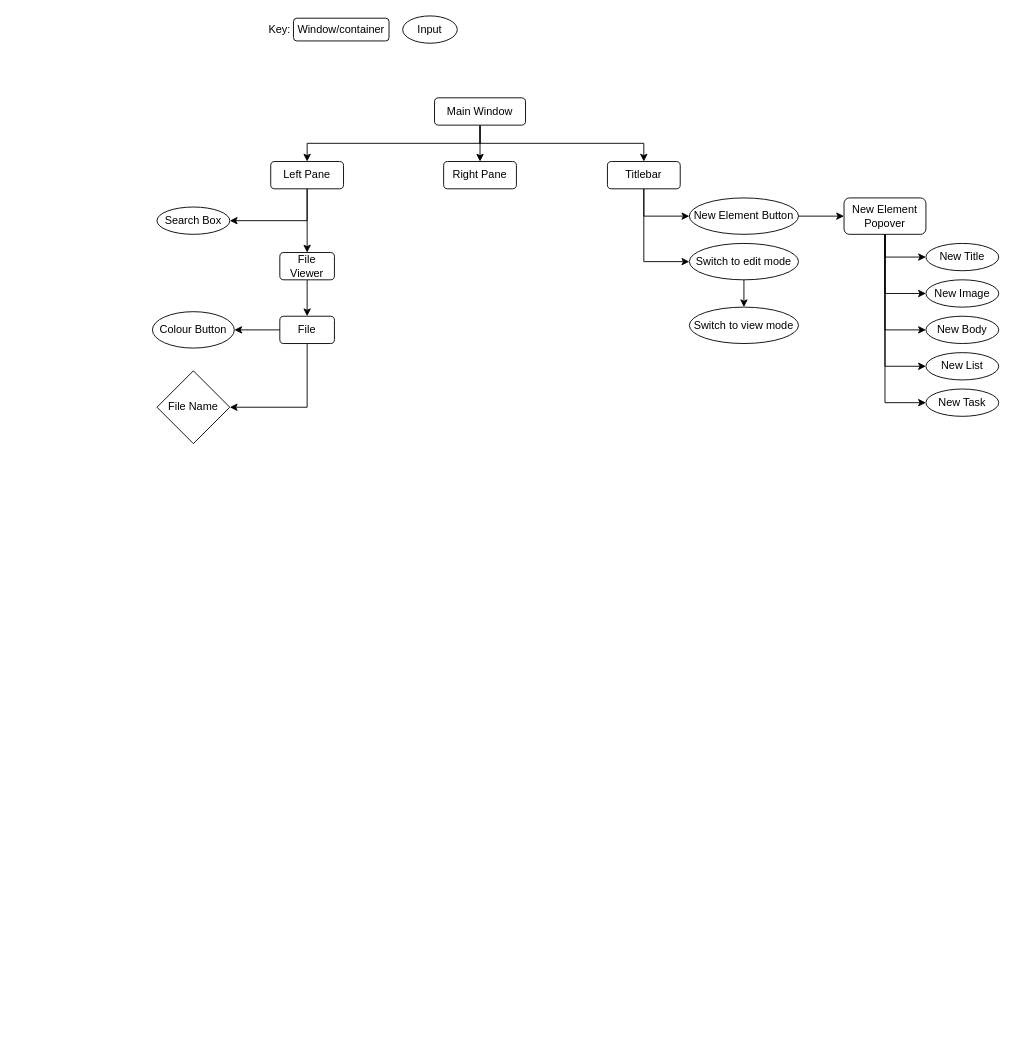
The draw.io diagram Form Navigation.drawio in Wemmy0/Inkwell-NEA, before the edit. Source tidied: cells renumbered, new cells numbered last; positions are measured from the earlier drawing's top-left corner, leaving out a move shared by most shapes. Both pictures are drawn from the tidied source at 91%, with x=0, y=0 at pixel (152, 15).
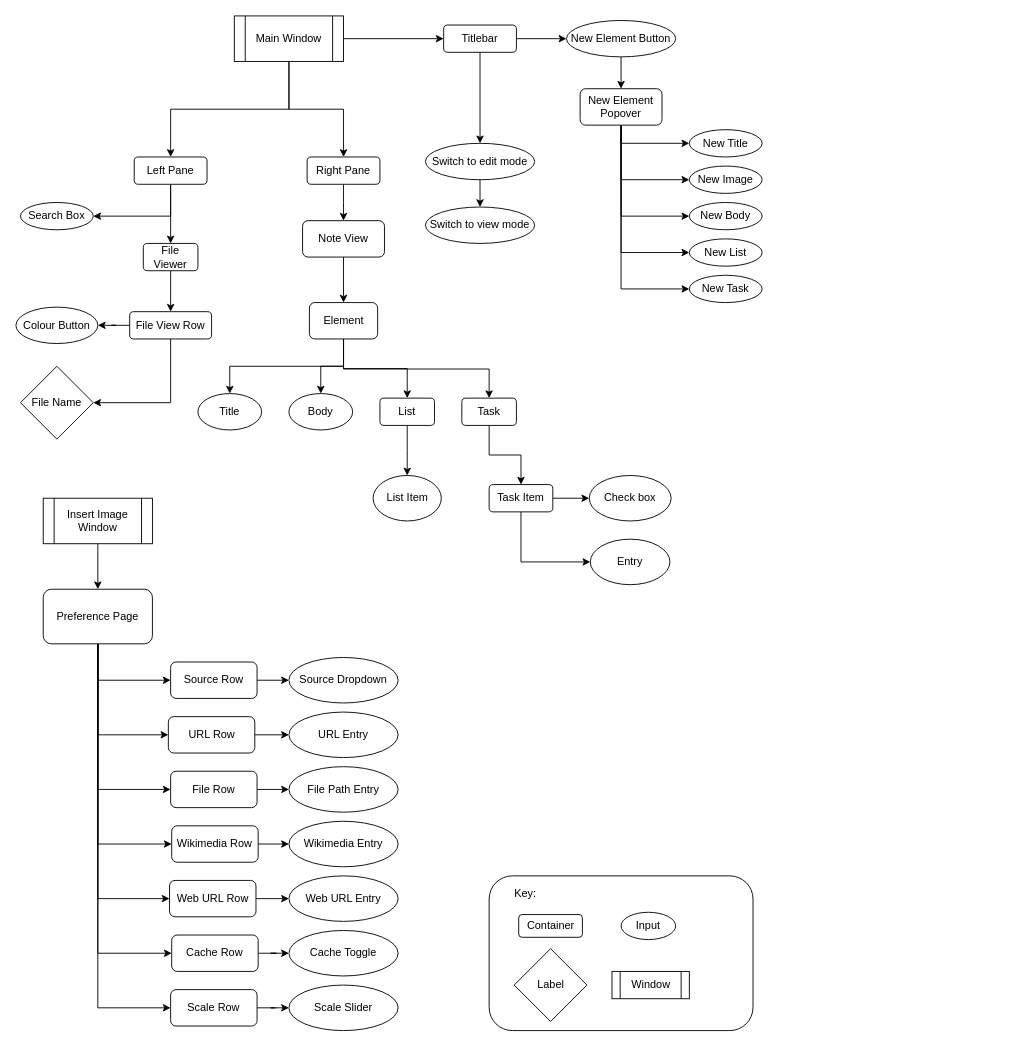
The same diagram, later.

Change to the diagram source:
```diff
@@
+    <mxCell id="40" style="rounded=1;whiteSpace=wrap;html=1;" parent="1" vertex="1">
+      <mxGeometry x="370" y="945" width="290" height="170" as="geometry" />
+    </mxCell>
@@
     <mxCell id="4" value="Left Pane" style="rounded=1;whiteSpace=wrap;html=1;" parent="1" vertex="1">
-      <mxGeometry x="130" y="160" width="80" height="30" as="geometry" />
+      <mxGeometry x="-20" y="155" width="80" height="30" as="geometry" />
     </mxCell>
-    <mxCell id="5" style="edgeStyle=orthogonalEdgeStyle;rounded=0;jettySize=auto;html=1;exitX=0.5;exitY=1;exitDx=0;exitDy=0;entryX=0.5;entryY=0;entryDx=0;entryDy=0;" parent="1" edge="1" source="8" target="4">
-      <mxGeometry relative="1" as="geometry" />
-    </mxCell>
-    <mxCell id="6" style="edgeStyle=orthogonalEdgeStyle;rounded=0;jettySize=auto;html=1;exitX=0.5;exitY=1;exitDx=0;exitDy=0;entryX=0.5;entryY=0;entryDx=0;entryDy=0;" parent="1" edge="1" source="8" target="9">
-      <mxGeometry relative="1" as="geometry" />
-    </mxCell>
-    <mxCell id="7" style="edgeStyle=orthogonalEdgeStyle;rounded=0;jettySize=auto;html=1;exitX=0.5;exitY=1;exitDx=0;exitDy=0;" parent="1" edge="1" source="8" target="19">
-      <mxGeometry relative="1" as="geometry" />
-    </mxCell>
-    <mxCell id="8" value="Main Window" style="rounded=1;whiteSpace=wrap;html=1;" parent="1" vertex="1">
-      <mxGeometry x="310" y="90" width="100" height="30" as="geometry" />
-    </mxCell>
+    <mxCell id="41" style="edgeStyle=orthogonalEdgeStyle;rounded=0;jettySize=auto;html=1;exitX=0.5;exitY=1;exitDx=0;exitDy=0;" parent="1" edge="1" source="9">
+      <mxGeometry relative="1" as="geometry">
+        <mxPoint x="210" y="225" as="targetPoint" />
+      </mxGeometry>
+    </mxCell>
     <mxCell id="9" value="Right Pane" style="rounded=1;whiteSpace=wrap;html=1;" parent="1" vertex="1">
-      <mxGeometry x="320" y="160" width="80" height="30" as="geometry" />
+      <mxGeometry x="170" y="155" width="80" height="30" as="geometry" />
     </mxCell>
     <mxCell id="10" value="Search Box" style="ellipse;whiteSpace=wrap;html=1;" parent="1" vertex="1">
-      <mxGeometry x="5" y="210" width="80" height="30" as="geometry" />
+      <mxGeometry x="-145" y="205" width="80" height="30" as="geometry" />
     </mxCell>
@@
     <mxCell id="12" value="File Viewer" style="rounded=1;whiteSpace=wrap;html=1;" parent="1" vertex="1">
-      <mxGeometry x="140" y="260" width="60" height="30" as="geometry" />
+      <mxGeometry x="-10" y="250" width="60" height="30" as="geometry" />
     </mxCell>
@@
-    <mxCell id="15" value="File" style="rounded=1;whiteSpace=wrap;html=1;" parent="1" vertex="1">
-      <mxGeometry x="140" y="330" width="60" height="30" as="geometry" />
+    <mxCell id="15" value="File View Row" style="rounded=1;whiteSpace=wrap;html=1;" parent="1" vertex="1">
+      <mxGeometry x="-25" y="325" width="90" height="30" as="geometry" />
     </mxCell>
     <mxCell id="16" value="File Name" style="rhombus;whiteSpace=wrap;html=1;" parent="1" vertex="1">
-      <mxGeometry x="5" y="390" width="80" height="80" as="geometry" />
+      <mxGeometry x="-145" y="385" width="80" height="80" as="geometry" />
     </mxCell>
+    <mxCell id="18" style="edgeStyle=orthogonalEdgeStyle;rounded=0;jettySize=auto;html=1;exitX=0.5;exitY=1;exitDx=0;exitDy=0;" parent="1" edge="1" source="19" target="38">
+      <mxGeometry relative="1" as="geometry" />
+    </mxCell>
-    <mxCell id="17" style="edgeStyle=orthogonalEdgeStyle;rounded=0;jettySize=auto;html=1;exitX=0.5;exitY=1;exitDx=0;exitDy=0;entryX=0;entryY=0.5;entryDx=0;entryDy=0;" parent="1" edge="1" source="19" target="25">
+    <mxCell id="17" style="edgeStyle=orthogonalEdgeStyle;rounded=0;jettySize=auto;html=1;exitX=1;exitY=0.5;exitDx=0;exitDy=0;entryX=0;entryY=0.5;entryDx=0;entryDy=0;" parent="1" edge="1" source="19" target="25">
       <mxGeometry relative="1" as="geometry" />
     </mxCell>
-    <mxCell id="18" style="edgeStyle=orthogonalEdgeStyle;rounded=0;jettySize=auto;html=1;exitX=0.5;exitY=1;exitDx=0;exitDy=0;entryX=0;entryY=0.5;entryDx=0;entryDy=0;" parent="1" edge="1" source="19" target="38">
-      <mxGeometry relative="1" as="geometry" />
-    </mxCell>
     <mxCell id="19" value="Titlebar" style="rounded=1;whiteSpace=wrap;html=1;" parent="1" vertex="1">
-      <mxGeometry x="500" y="160" width="80" height="30" as="geometry" />
+      <mxGeometry x="320" y="10" width="80" height="30" as="geometry" />
     </mxCell>
     <mxCell id="20" value="Key:" style="text;html=1;strokeColor=none;fillColor=none;align=center;verticalAlign=middle;whiteSpace=wrap;rounded=0;" parent="1" vertex="1">
-      <mxGeometry x="110" width="60" height="30" as="geometry" />
+      <mxGeometry x="385" y="955" width="50" height="20" as="geometry" />
     </mxCell>
-    <mxCell id="21" value="Window/container" style="rounded=1;whiteSpace=wrap;html=1;" parent="1" vertex="1">
-      <mxGeometry x="155" y="2.5" width="105" height="25" as="geometry" />
+    <mxCell id="21" value="Container" style="rounded=1;whiteSpace=wrap;html=1;" parent="1" vertex="1">
+      <mxGeometry x="402.5" y="987.5" width="70" height="25" as="geometry" />
     </mxCell>
     <mxCell id="22" value="Input" style="ellipse;whiteSpace=wrap;html=1;" parent="1" vertex="1">
-      <mxGeometry x="275" width="60" height="30" as="geometry" />
+      <mxGeometry x="515" y="985" width="60" height="30" as="geometry" />
     </mxCell>
     <mxCell id="23" value="Colour Button" style="ellipse;whiteSpace=wrap;html=1;" parent="1" vertex="1">
-      <mxGeometry y="325" width="90" height="40" as="geometry" />
+      <mxGeometry x="-150" y="320" width="90" height="40" as="geometry" />
     </mxCell>
-    <mxCell id="24" style="edgeStyle=orthogonalEdgeStyle;rounded=0;jettySize=auto;html=1;exitX=1;exitY=0.5;exitDx=0;exitDy=0;entryX=0;entryY=0.5;entryDx=0;entryDy=0;" parent="1" edge="1" source="25" target="31">
+    <mxCell id="24" style="edgeStyle=orthogonalEdgeStyle;rounded=0;jettySize=auto;html=1;exitX=0.5;exitY=1;exitDx=0;exitDy=0;entryX=0.5;entryY=0;entryDx=0;entryDy=0;" parent="1" edge="1" source="25" target="31">
       <mxGeometry relative="1" as="geometry" />
     </mxCell>
     <mxCell id="25" value="New Element Button" style="ellipse;whiteSpace=wrap;html=1;" parent="1" vertex="1">
-      <mxGeometry x="590" y="200" width="120" height="40" as="geometry" />
+      <mxGeometry x="455" y="5" width="120" height="40" as="geometry" />
     </mxCell>
@@
     <mxCell id="31" value="New Element Popover" style="rounded=1;whiteSpace=wrap;html=1;" parent="1" vertex="1">
-      <mxGeometry x="760" y="200" width="90" height="40" as="geometry" />
+      <mxGeometry x="470" y="80" width="90" height="40" as="geometry" />
     </mxCell>
     <mxCell id="32" value="New Title" style="ellipse;whiteSpace=wrap;html=1;" parent="1" vertex="1">
-      <mxGeometry x="850" y="250" width="80" height="30" as="geometry" />
+      <mxGeometry x="590" y="125" width="80" height="30" as="geometry" />
     </mxCell>
     <mxCell id="33" value="New Image" style="ellipse;whiteSpace=wrap;html=1;" parent="1" vertex="1">
-      <mxGeometry x="850" y="290" width="80" height="30" as="geometry" />
+      <mxGeometry x="590" y="165" width="80" height="30" as="geometry" />
     </mxCell>
     <mxCell id="34" value="New Body" style="ellipse;whiteSpace=wrap;html=1;" parent="1" vertex="1">
-      <mxGeometry x="850" y="330" width="80" height="30" as="geometry" />
+      <mxGeometry x="590" y="205" width="80" height="30" as="geometry" />
     </mxCell>
     <mxCell id="35" value="New List" style="ellipse;whiteSpace=wrap;html=1;" parent="1" vertex="1">
-      <mxGeometry x="850" y="370" width="80" height="30" as="geometry" />
+      <mxGeometry x="590" y="245" width="80" height="30" as="geometry" />
     </mxCell>
     <mxCell id="36" value="New Task" style="ellipse;whiteSpace=wrap;html=1;" parent="1" vertex="1">
-      <mxGeometry x="850" y="410" width="80" height="30" as="geometry" />
+      <mxGeometry x="590" y="285" width="80" height="30" as="geometry" />
     </mxCell>
@@
     <mxCell id="38" value="Switch to edit mode" style="ellipse;whiteSpace=wrap;html=1;" parent="1" vertex="1">
-      <mxGeometry x="590" y="250" width="120" height="40" as="geometry" />
+      <mxGeometry x="300" y="140" width="120" height="40" as="geometry" />
     </mxCell>
     <mxCell id="39" value="Switch to view mode" style="ellipse;whiteSpace=wrap;html=1;" parent="1" vertex="1">
-      <mxGeometry x="590" y="320" width="120" height="40" as="geometry" />
+      <mxGeometry x="300" y="210" width="120" height="40" as="geometry" />
     </mxCell>
+    <mxCell id="42" value="Label" style="rhombus;whiteSpace=wrap;html=1;" parent="1" vertex="1">
+      <mxGeometry x="397.5" y="1025" width="80" height="80" as="geometry" />
+    </mxCell>
+    <mxCell id="43" value="Window" style="shape=process;whiteSpace=wrap;html=1;backgroundOutline=1;" parent="1" vertex="1">
+      <mxGeometry x="505" y="1050" width="85" height="30" as="geometry" />
+    </mxCell>
+    <mxCell id="6" style="edgeStyle=orthogonalEdgeStyle;rounded=0;jettySize=auto;html=1;exitX=0.5;exitY=1;exitDx=0;exitDy=0;" parent="1" edge="1" source="8" target="9">
+      <mxGeometry relative="1" as="geometry" />
+    </mxCell>
+    <mxCell id="5" style="edgeStyle=orthogonalEdgeStyle;rounded=0;jettySize=auto;html=1;exitX=0.5;exitY=1;exitDx=0;exitDy=0;" parent="1" edge="1" source="8" target="4">
+      <mxGeometry relative="1" as="geometry" />
+    </mxCell>
+    <mxCell id="7" style="edgeStyle=orthogonalEdgeStyle;rounded=0;jettySize=auto;html=1;exitX=1;exitY=0.5;exitDx=0;exitDy=0;entryX=0;entryY=0.5;entryDx=0;entryDy=0;" parent="1" edge="1" source="8" target="19">
+      <mxGeometry relative="1" as="geometry" />
+    </mxCell>
+    <mxCell id="8" value="Main Window" style="shape=process;whiteSpace=wrap;html=1;backgroundOutline=1;" parent="1" vertex="1">
+      <mxGeometry x="90" width="120" height="50" as="geometry" />
+    </mxCell>
+    <mxCell id="44" style="edgeStyle=orthogonalEdgeStyle;rounded=0;jettySize=auto;html=1;exitX=0.5;exitY=1;exitDx=0;exitDy=0;entryX=0.5;entryY=0;entryDx=0;entryDy=0;" parent="1" edge="1" source="45" target="50">
+      <mxGeometry relative="1" as="geometry" />
+    </mxCell>
+    <mxCell id="45" value="Note View" style="rounded=1;whiteSpace=wrap;html=1;" parent="1" vertex="1">
+      <mxGeometry x="165" y="225" width="90" height="40" as="geometry" />
+    </mxCell>
+    <mxCell id="46" style="edgeStyle=orthogonalEdgeStyle;rounded=0;jettySize=auto;html=1;exitX=0.5;exitY=1;exitDx=0;exitDy=0;" parent="1" edge="1" source="50" target="54">
+      <mxGeometry relative="1" as="geometry" />
+    </mxCell>
+    <mxCell id="47" style="edgeStyle=orthogonalEdgeStyle;rounded=0;jettySize=auto;html=1;exitX=0.5;exitY=1;exitDx=0;exitDy=0;entryX=0.5;entryY=0;entryDx=0;entryDy=0;" parent="1" edge="1" source="50" target="52">
+      <mxGeometry relative="1" as="geometry" />
+    </mxCell>
+    <mxCell id="48" style="edgeStyle=orthogonalEdgeStyle;rounded=0;jettySize=auto;html=1;exitX=0.5;exitY=1;exitDx=0;exitDy=0;entryX=0.5;entryY=0;entryDx=0;entryDy=0;" parent="1" edge="1" source="50" target="51">
+      <mxGeometry relative="1" as="geometry" />
+    </mxCell>
+    <mxCell id="49" style="edgeStyle=orthogonalEdgeStyle;rounded=0;jettySize=auto;html=1;exitX=0.5;exitY=1;exitDx=0;exitDy=0;" parent="1" edge="1" source="50" target="56">
+      <mxGeometry relative="1" as="geometry">
+        <Array as="points">
+          <mxPoint x="210" y="388" />
+          <mxPoint x="370" y="388" />
+        </Array>
+      </mxGeometry>
+    </mxCell>
+    <mxCell id="50" value="Element" style="rounded=1;whiteSpace=wrap;html=1;" parent="1" vertex="1">
+      <mxGeometry x="172.5" y="315" width="75" height="40" as="geometry" />
+    </mxCell>
+    <mxCell id="51" value="Title" style="ellipse;whiteSpace=wrap;html=1;" parent="1" vertex="1">
+      <mxGeometry x="50" y="415" width="70" height="40" as="geometry" />
+    </mxCell>
+    <mxCell id="52" value="Body" style="ellipse;whiteSpace=wrap;html=1;" parent="1" vertex="1">
+      <mxGeometry x="150" y="415" width="70" height="40" as="geometry" />
+    </mxCell>
+    <mxCell id="53" style="edgeStyle=orthogonalEdgeStyle;rounded=0;jettySize=auto;html=1;exitX=0.5;exitY=1;exitDx=0;exitDy=0;entryX=0.5;entryY=0;entryDx=0;entryDy=0;" parent="1" edge="1" source="54">
+      <mxGeometry relative="1" as="geometry">
+        <mxPoint x="280" y="505" as="targetPoint" />
+      </mxGeometry>
+    </mxCell>
+    <mxCell id="54" value="List" style="rounded=1;whiteSpace=wrap;html=1;" parent="1" vertex="1">
+      <mxGeometry x="250" y="420" width="60" height="30" as="geometry" />
+    </mxCell>
+    <mxCell id="55" style="edgeStyle=orthogonalEdgeStyle;rounded=0;jettySize=auto;html=1;exitX=0.5;exitY=1;exitDx=0;exitDy=0;entryX=0.5;entryY=0;entryDx=0;entryDy=0;" parent="1" edge="1" source="56" target="59">
+      <mxGeometry relative="1" as="geometry" />
+    </mxCell>
+    <mxCell id="56" value="Task" style="rounded=1;whiteSpace=wrap;html=1;" parent="1" vertex="1">
+      <mxGeometry x="340" y="420" width="60" height="30" as="geometry" />
+    </mxCell>
+    <mxCell id="57" style="edgeStyle=orthogonalEdgeStyle;rounded=0;jettySize=auto;html=1;exitX=1;exitY=0.5;exitDx=0;exitDy=0;" parent="1" edge="1" source="59" target="61">
+      <mxGeometry relative="1" as="geometry" />
+    </mxCell>
+    <mxCell id="58" style="edgeStyle=orthogonalEdgeStyle;rounded=0;jettySize=auto;html=1;exitX=0.5;exitY=1;exitDx=0;exitDy=0;entryX=0;entryY=0.5;entryDx=0;entryDy=0;" parent="1" edge="1" source="59" target="62">
+      <mxGeometry relative="1" as="geometry" />
+    </mxCell>
+    <mxCell id="59" value="Task Item" style="rounded=1;whiteSpace=wrap;html=1;" parent="1" vertex="1">
+      <mxGeometry x="370" y="515" width="70" height="30" as="geometry" />
+    </mxCell>
+    <mxCell id="60" value="List Item" style="ellipse;whiteSpace=wrap;html=1;" parent="1" vertex="1">
+      <mxGeometry x="242.5" y="505" width="75" height="50" as="geometry" />
+    </mxCell>
+    <mxCell id="61" value="Check box" style="ellipse;whiteSpace=wrap;html=1;" parent="1" vertex="1">
+      <mxGeometry x="480" y="505" width="90" height="50" as="geometry" />
+    </mxCell>
+    <mxCell id="62" value="Entry" style="ellipse;whiteSpace=wrap;html=1;" parent="1" vertex="1">
+      <mxGeometry x="481.2" y="575" width="87.5" height="50" as="geometry" />
+    </mxCell>
+    <mxCell id="63" style="edgeStyle=orthogonalEdgeStyle;rounded=0;jettySize=auto;html=1;exitX=0.5;exitY=1;exitDx=0;exitDy=0;entryX=0.5;entryY=0;entryDx=0;entryDy=0;" parent="1" edge="1" source="64" target="72">
+      <mxGeometry relative="1" as="geometry" />
+    </mxCell>
+    <mxCell id="64" value="Insert Image Window" style="shape=process;whiteSpace=wrap;html=1;backgroundOutline=1;" parent="1" vertex="1">
+      <mxGeometry x="-120" y="530" width="120" height="50" as="geometry" />
+    </mxCell>
+    <mxCell id="65" style="edgeStyle=orthogonalEdgeStyle;rounded=0;jettySize=auto;html=1;exitX=0.5;exitY=1;exitDx=0;exitDy=0;entryX=0;entryY=0.5;entryDx=0;entryDy=0;" parent="1" edge="1" source="72" target="74">
+      <mxGeometry relative="1" as="geometry" />
+    </mxCell>
+    <mxCell id="66" style="edgeStyle=orthogonalEdgeStyle;rounded=0;jettySize=auto;html=1;exitX=0.5;exitY=1;exitDx=0;exitDy=0;entryX=0;entryY=0.5;entryDx=0;entryDy=0;" parent="1" edge="1" source="72" target="76">
+      <mxGeometry relative="1" as="geometry" />
+    </mxCell>
+    <mxCell id="67" style="edgeStyle=orthogonalEdgeStyle;rounded=0;jettySize=auto;html=1;exitX=0.5;exitY=1;exitDx=0;exitDy=0;entryX=0;entryY=0.5;entryDx=0;entryDy=0;" parent="1" edge="1" source="72" target="78">
+      <mxGeometry relative="1" as="geometry" />
+    </mxCell>
+    <mxCell id="68" style="edgeStyle=orthogonalEdgeStyle;rounded=0;jettySize=auto;html=1;exitX=0.5;exitY=1;exitDx=0;exitDy=0;entryX=0;entryY=0.5;entryDx=0;entryDy=0;" parent="1" edge="1" source="72" target="80">
+      <mxGeometry relative="1" as="geometry" />
+    </mxCell>
+    <mxCell id="69" style="edgeStyle=orthogonalEdgeStyle;rounded=0;jettySize=auto;html=1;exitX=0.5;exitY=1;exitDx=0;exitDy=0;entryX=0;entryY=0.5;entryDx=0;entryDy=0;" parent="1" edge="1" source="72" target="82">
+      <mxGeometry relative="1" as="geometry" />
+    </mxCell>
+    <mxCell id="70" style="edgeStyle=orthogonalEdgeStyle;rounded=0;jettySize=auto;html=1;exitX=0.5;exitY=1;exitDx=0;exitDy=0;entryX=0;entryY=0.5;entryDx=0;entryDy=0;" parent="1" edge="1" source="72" target="84">
+      <mxGeometry relative="1" as="geometry" />
+    </mxCell>
+    <mxCell id="71" style="edgeStyle=orthogonalEdgeStyle;rounded=0;jettySize=auto;html=1;exitX=0.5;exitY=1;exitDx=0;exitDy=0;entryX=0;entryY=0.5;entryDx=0;entryDy=0;" parent="1" edge="1" source="72" target="86">
+      <mxGeometry relative="1" as="geometry" />
+    </mxCell>
+    <mxCell id="72" value="Preference Page" style="rounded=1;whiteSpace=wrap;html=1;" parent="1" vertex="1">
+      <mxGeometry x="-120" y="630" width="120" height="60" as="geometry" />
+    </mxCell>
+    <mxCell id="73" style="edgeStyle=orthogonalEdgeStyle;rounded=0;jettySize=auto;html=1;exitX=1;exitY=0.5;exitDx=0;exitDy=0;entryX=0;entryY=0.5;entryDx=0;entryDy=0;" parent="1" edge="1" source="74" target="87">
+      <mxGeometry relative="1" as="geometry" />
+    </mxCell>
+    <mxCell id="74" value="Source Row" style="rounded=1;whiteSpace=wrap;html=1;" parent="1" vertex="1">
+      <mxGeometry x="20" y="710" width="95" height="40" as="geometry" />
+    </mxCell>
+    <mxCell id="75" style="edgeStyle=orthogonalEdgeStyle;rounded=0;jettySize=auto;html=1;exitX=1;exitY=0.5;exitDx=0;exitDy=0;entryX=0;entryY=0.5;entryDx=0;entryDy=0;" parent="1" edge="1" source="76" target="88">
+      <mxGeometry relative="1" as="geometry" />
+    </mxCell>
+    <mxCell id="76" value="URL Row" style="rounded=1;whiteSpace=wrap;html=1;" parent="1" vertex="1">
+      <mxGeometry x="17.5" y="770" width="95" height="40" as="geometry" />
+    </mxCell>
+    <mxCell id="77" style="edgeStyle=orthogonalEdgeStyle;rounded=0;jettySize=auto;html=1;exitX=1;exitY=0.5;exitDx=0;exitDy=0;entryX=0;entryY=0.5;entryDx=0;entryDy=0;" parent="1" edge="1" source="78" target="89">
+      <mxGeometry relative="1" as="geometry" />
+    </mxCell>
+    <mxCell id="78" value="File Row" style="rounded=1;whiteSpace=wrap;html=1;" parent="1" vertex="1">
+      <mxGeometry x="20" y="830" width="95" height="40" as="geometry" />
+    </mxCell>
+    <mxCell id="79" style="edgeStyle=orthogonalEdgeStyle;rounded=0;jettySize=auto;html=1;exitX=1;exitY=0.5;exitDx=0;exitDy=0;entryX=0;entryY=0.5;entryDx=0;entryDy=0;" parent="1" edge="1" source="80" target="90">
+      <mxGeometry relative="1" as="geometry" />
+    </mxCell>
+    <mxCell id="80" value="Wikimedia Row" style="rounded=1;whiteSpace=wrap;html=1;" parent="1" vertex="1">
+      <mxGeometry x="21.2" y="890" width="95" height="40" as="geometry" />
+    </mxCell>
+    <mxCell id="81" style="edgeStyle=orthogonalEdgeStyle;rounded=0;jettySize=auto;html=1;exitX=1;exitY=0.5;exitDx=0;exitDy=0;entryX=0;entryY=0.5;entryDx=0;entryDy=0;" parent="1" edge="1" source="82" target="91">
+      <mxGeometry relative="1" as="geometry" />
+    </mxCell>
+    <mxCell id="82" value="Web URL Row" style="rounded=1;whiteSpace=wrap;html=1;" parent="1" vertex="1">
+      <mxGeometry x="18.8" y="950" width="95" height="40" as="geometry" />
+    </mxCell>
+    <mxCell id="83" style="edgeStyle=orthogonalEdgeStyle;rounded=0;jettySize=auto;html=1;exitX=1;exitY=0.5;exitDx=0;exitDy=0;" parent="1" edge="1" source="84" target="92">
+      <mxGeometry relative="1" as="geometry" />
+    </mxCell>
+    <mxCell id="84" value="Cache Row" style="rounded=1;whiteSpace=wrap;html=1;" parent="1" vertex="1">
+      <mxGeometry x="21.2" y="1010" width="95" height="40" as="geometry" />
+    </mxCell>
+    <mxCell id="85" style="edgeStyle=orthogonalEdgeStyle;rounded=0;jettySize=auto;html=1;" parent="1" edge="1" source="86" target="93">
+      <mxGeometry relative="1" as="geometry" />
+    </mxCell>
+    <mxCell id="86" value="Scale Row" style="rounded=1;whiteSpace=wrap;html=1;" parent="1" vertex="1">
+      <mxGeometry x="20" y="1070" width="95" height="40" as="geometry" />
+    </mxCell>
+    <mxCell id="87" value="Source Dropdown" style="ellipse;whiteSpace=wrap;html=1;" parent="1" vertex="1">
+      <mxGeometry x="150" y="705" width="120" height="50" as="geometry" />
+    </mxCell>
+    <mxCell id="88" value="URL Entry" style="ellipse;whiteSpace=wrap;html=1;" parent="1" vertex="1">
+      <mxGeometry x="150" y="765" width="120" height="50" as="geometry" />
+    </mxCell>
+    <mxCell id="89" value="File Path Entry" style="ellipse;whiteSpace=wrap;html=1;" parent="1" vertex="1">
+      <mxGeometry x="150" y="825" width="120" height="50" as="geometry" />
+    </mxCell>
+    <mxCell id="90" value="Wikimedia Entry" style="ellipse;whiteSpace=wrap;html=1;" parent="1" vertex="1">
+      <mxGeometry x="150" y="885" width="120" height="50" as="geometry" />
+    </mxCell>
+    <mxCell id="91" value="Web URL Entry" style="ellipse;whiteSpace=wrap;html=1;" parent="1" vertex="1">
+      <mxGeometry x="150" y="945" width="120" height="50" as="geometry" />
+    </mxCell>
+    <mxCell id="92" value="Cache Toggle" style="ellipse;whiteSpace=wrap;html=1;" parent="1" vertex="1">
+      <mxGeometry x="150" y="1005" width="120" height="50" as="geometry" />
+    </mxCell>
+    <mxCell id="93" value="Scale Slider" style="ellipse;whiteSpace=wrap;html=1;" parent="1" vertex="1">
+      <mxGeometry x="150" y="1065" width="120" height="50" as="geometry" />
+    </mxCell>
```
